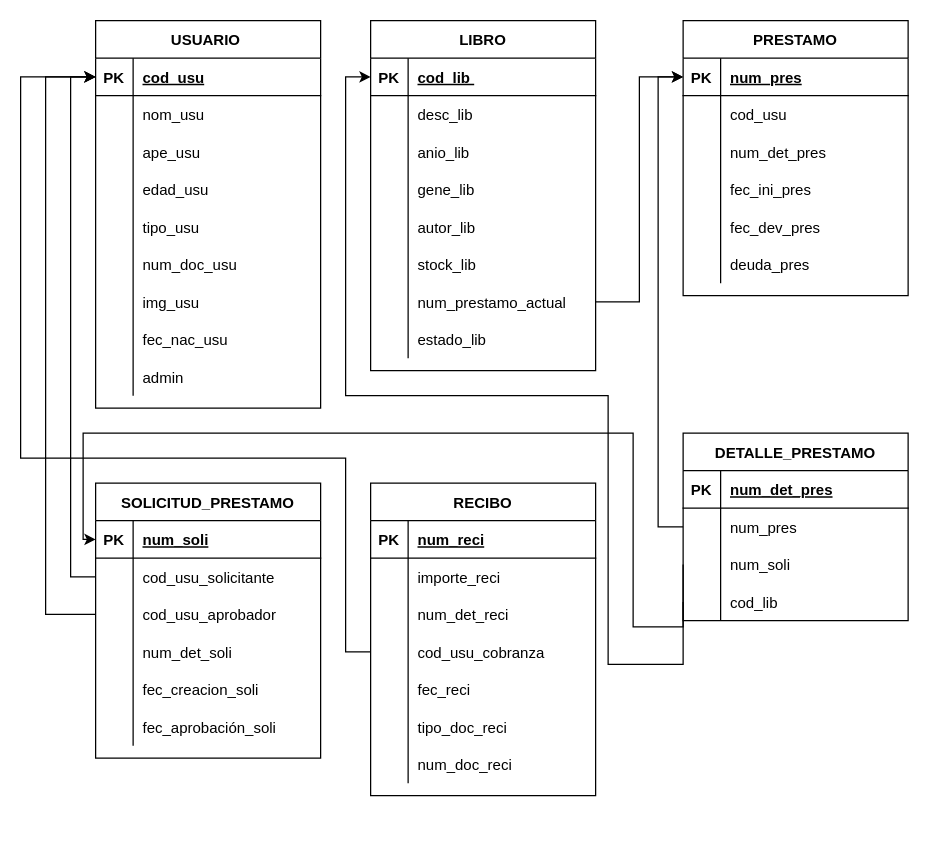
This is page "BDatos" (3 of 3) of LPII.drawio from BenZumaran/LPII, a draw.io file, before an edit. Source tidied: cells renumbered, new cells numbered last; positions are measured from the earlier drawing's top-left corner, leaving out a move shared by most shapes. Both pictures are drawn from the tidied source at 125%, with x=0, y=0 at pixel (20, 20).
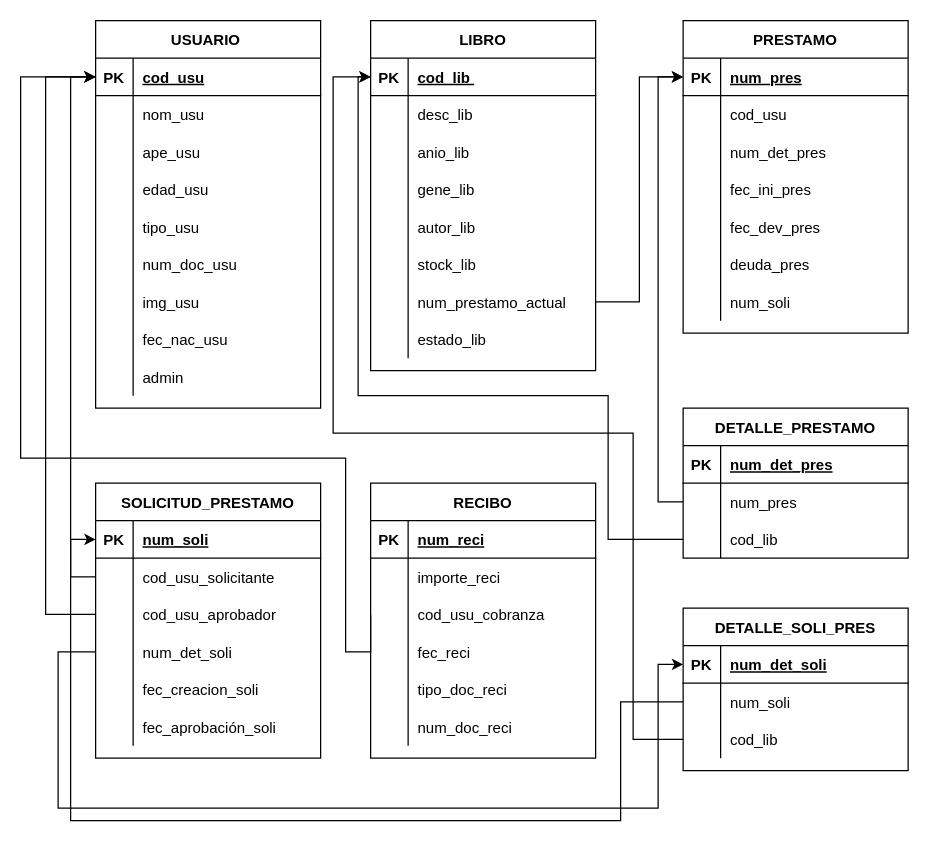
After the change.

Commit message (it also covers changes not shown here):
database diagram modified

The change refers to these unchanged cells:
```xml
<mxCell id="31" style="shape=tableRow;horizontal=0;startSize=0;swimlaneHead=0;swimlaneBody=0;fillColor=none;points=[[0,0.5],[1,0.5]];portConstraint=eastwest;top=0;left=0;right=0;bottom=1;" parent="30" vertex="1">
  <mxGeometry y="30" width="180" height="30" as="geometry" />
</mxCell>
<mxCell id="75" style="shape=tableRow;horizontal=0;startSize=0;swimlaneHead=0;swimlaneBody=0;fillColor=none;points=[[0,0.5],[1,0.5]];portConstraint=eastwest;top=0;left=0;right=0;bottom=1;" parent="74" vertex="1">
  <mxGeometry y="30" width="180" height="30" as="geometry" />
</mxCell>
<mxCell id="84" style="shape=tableRow;horizontal=0;startSize=0;swimlaneHead=0;swimlaneBody=0;fillColor=none;points=[[0,0.5],[1,0.5]];portConstraint=eastwest;top=0;left=0;right=0;bottom=0;" parent="74" vertex="1">
  <mxGeometry y="120" width="180" height="30" as="geometry" />
</mxCell>
```

Change to the diagram source:
```diff
@@
     <mxCell id="55" value="PRESTAMO" style="shape=table;startSize=30;childLayout=tableLayout;rowLines=0;fontStyle=1;align=center;" parent="1" vertex="1">
-      <mxGeometry x="530" width="180" height="220" as="geometry" />
+      <mxGeometry x="530" width="180" height="250" as="geometry" />
     </mxCell>
@@
+    <mxCell id="135" style="shape=tableRow;horizontal=0;startSize=0;swimlaneHead=0;swimlaneBody=0;fillColor=none;top=0;left=0;right=0;bottom=0;" parent="55" vertex="1">
+      <mxGeometry y="210" width="180" height="30" as="geometry" />
+    </mxCell>
+    <mxCell id="136" style="shape=partialRectangle;fillColor=none;top=0;left=0;bottom=0;right=0;overflow=hidden;" parent="135" vertex="1">
+      <mxGeometry width="30" height="30" as="geometry" />
+    </mxCell>
+    <mxCell id="137" value="num_soli" style="shape=partialRectangle;fillColor=none;top=0;left=0;bottom=0;right=0;align=left;spacingLeft=6;overflow=hidden;" parent="135" vertex="1">
+      <mxGeometry x="30" width="150" height="30" as="geometry" />
+    </mxCell>
@@
     <mxCell id="96" value="RECIBO" style="shape=table;startSize=30;childLayout=tableLayout;rowLines=0;fontStyle=1;align=center;" parent="1" vertex="1">
-      <mxGeometry x="280" y="370" width="180" height="250" as="geometry" />
+      <mxGeometry x="280" y="370" width="180" height="220" as="geometry" />
     </mxCell>
@@
-    <mxCell id="103" style="shape=tableRow;horizontal=0;startSize=0;swimlaneHead=0;swimlaneBody=0;fillColor=none;top=0;left=0;right=0;bottom=0;" parent="96" vertex="1">
-      <mxGeometry y="90" width="180" height="30" as="geometry" />
-    </mxCell>
-    <mxCell id="104" style="shape=partialRectangle;fillColor=none;top=0;left=0;bottom=0;right=0;overflow=hidden;" parent="103" vertex="1">
-      <mxGeometry width="30" height="30" as="geometry" />
-    </mxCell>
-    <mxCell id="105" value="num_det_reci" style="shape=partialRectangle;fillColor=none;top=0;left=0;bottom=0;right=0;align=left;spacingLeft=6;overflow=hidden;" parent="103" vertex="1">
-      <mxGeometry x="30" width="150" height="30" as="geometry" />
-    </mxCell>
     <mxCell id="106" style="shape=tableRow;horizontal=0;startSize=0;swimlaneHead=0;swimlaneBody=0;fillColor=none;points=[[0,0.5],[1,0.5]];portConstraint=eastwest;top=0;left=0;right=0;bottom=0;" parent="96" vertex="1">
-      <mxGeometry y="120" width="180" height="30" as="geometry" />
+      <mxGeometry y="90" width="180" height="30" as="geometry" />
     </mxCell>
@@
     <mxCell id="109" style="shape=tableRow;horizontal=0;startSize=0;swimlaneHead=0;swimlaneBody=0;fillColor=none;top=0;left=0;right=0;bottom=0;" parent="96" vertex="1">
-      <mxGeometry y="150" width="180" height="30" as="geometry" />
+      <mxGeometry y="120" width="180" height="30" as="geometry" />
     </mxCell>
@@
     <mxCell id="112" style="shape=tableRow;horizontal=0;startSize=0;swimlaneHead=0;swimlaneBody=0;fillColor=none;top=0;left=0;right=0;bottom=0;" parent="96" vertex="1">
-      <mxGeometry y="180" width="180" height="30" as="geometry" />
+      <mxGeometry y="150" width="180" height="30" as="geometry" />
     </mxCell>
@@
     <mxCell id="115" style="shape=tableRow;horizontal=0;startSize=0;swimlaneHead=0;swimlaneBody=0;fillColor=none;top=0;left=0;right=0;bottom=0;" parent="96" vertex="1">
-      <mxGeometry y="210" width="180" height="30" as="geometry" />
+      <mxGeometry y="180" width="180" height="30" as="geometry" />
     </mxCell>
@@
     <mxCell id="119" value="DETALLE_PRESTAMO" style="shape=table;startSize=30;childLayout=tableLayout;rowLines=0;fontStyle=1;align=center;" parent="1" vertex="1">
-      <mxGeometry x="530" y="330" width="180" height="150" as="geometry" />
+      <mxGeometry x="530" y="310" width="180" height="120" as="geometry" />
     </mxCell>
@@
-    <mxCell id="126" style="shape=tableRow;horizontal=0;startSize=0;swimlaneHead=0;swimlaneBody=0;fillColor=none;points=[[0,0.5],[1,0.5]];portConstraint=eastwest;top=0;left=0;right=0;bottom=0;" parent="119" vertex="1">
-      <mxGeometry y="90" width="180" height="30" as="geometry" />
-    </mxCell>
-    <mxCell id="127" style="shape=partialRectangle;fillColor=none;top=0;left=0;bottom=0;right=0;overflow=hidden;" parent="126" vertex="1">
-      <mxGeometry width="30" height="30" as="geometry" />
-    </mxCell>
-    <mxCell id="128" value="num_soli" style="shape=partialRectangle;fillColor=none;top=0;left=0;bottom=0;right=0;align=left;spacingLeft=6;overflow=hidden;" parent="126" vertex="1">
-      <mxGeometry x="30" width="150" height="30" as="geometry" />
-    </mxCell>
     <mxCell id="129" style="shape=tableRow;horizontal=0;startSize=0;swimlaneHead=0;swimlaneBody=0;fillColor=none;points=[[0,0.5],[1,0.5]];portConstraint=eastwest;top=0;left=0;right=0;bottom=0;" parent="119" vertex="1">
-      <mxGeometry y="120" width="180" height="30" as="geometry" />
+      <mxGeometry y="90" width="180" height="30" as="geometry" />
     </mxCell>
@@
-    <mxCell id="133" style="edgeStyle=orthogonalEdgeStyle;rounded=0;jettySize=auto;html=1;exitX=0;exitY=0.5;exitDx=0;exitDy=0;entryX=0;entryY=0.5;entryDx=0;entryDy=0;" parent="1" edge="1" source="126" target="75">
+    <mxCell id="133" style="edgeStyle=orthogonalEdgeStyle;rounded=0;jettySize=auto;html=1;exitX=0;exitY=0.5;exitDx=0;exitDy=0;entryX=0;entryY=0.5;entryDx=0;entryDy=0;" parent="1" edge="1" target="75">
       <mxGeometry relative="1" as="geometry">
         <Array as="points">
           <mxPoint x="490" y="485" />
           <mxPoint x="490" y="330" />
           <mxPoint x="50" y="330" />
           <mxPoint x="50" y="415" />
         </Array>
       </mxGeometry>
     </mxCell>
+    <mxCell id="138" value="DETALLE_SOLI_PRES" style="shape=table;startSize=30;childLayout=tableLayout;rowLines=0;fontStyle=1;align=center;" parent="1" vertex="1">
+      <mxGeometry x="530" y="470" width="180" height="130" as="geometry" />
+    </mxCell>
+    <mxCell id="139" style="shape=tableRow;horizontal=0;startSize=0;swimlaneHead=0;swimlaneBody=0;fillColor=none;points=[[0,0.5],[1,0.5]];portConstraint=eastwest;top=0;left=0;right=0;bottom=1;" parent="138" vertex="1">
+      <mxGeometry y="30" width="180" height="30" as="geometry" />
+    </mxCell>
+    <mxCell id="140" value="PK" style="shape=partialRectangle;fillColor=none;top=0;left=0;bottom=0;right=0;fontStyle=1;overflow=hidden;" parent="139" vertex="1">
+      <mxGeometry width="30" height="30" as="geometry" />
+    </mxCell>
+    <mxCell id="141" value="num_det_soli" style="shape=partialRectangle;fillColor=none;top=0;left=0;bottom=0;right=0;align=left;spacingLeft=6;fontStyle=5;overflow=hidden;" parent="139" vertex="1">
+      <mxGeometry x="30" width="150" height="30" as="geometry" />
+    </mxCell>
+    <mxCell id="142" style="shape=tableRow;horizontal=0;startSize=0;swimlaneHead=0;swimlaneBody=0;fillColor=none;points=[[0,0.5],[1,0.5]];portConstraint=eastwest;top=0;left=0;right=0;bottom=0;" parent="138" vertex="1">
+      <mxGeometry y="60" width="180" height="30" as="geometry" />
+    </mxCell>
+    <mxCell id="143" style="shape=partialRectangle;fillColor=none;top=0;left=0;bottom=0;right=0;overflow=hidden;" parent="142" vertex="1">
+      <mxGeometry width="30" height="30" as="geometry" />
+    </mxCell>
+    <mxCell id="144" value="num_soli" style="shape=partialRectangle;fillColor=none;top=0;left=0;bottom=0;right=0;align=left;spacingLeft=6;overflow=hidden;" parent="142" vertex="1">
+      <mxGeometry x="30" width="150" height="30" as="geometry" />
+    </mxCell>
+    <mxCell id="145" style="shape=tableRow;horizontal=0;startSize=0;swimlaneHead=0;swimlaneBody=0;fillColor=none;points=[[0,0.5],[1,0.5]];portConstraint=eastwest;top=0;left=0;right=0;bottom=0;" parent="138" vertex="1">
+      <mxGeometry y="90" width="180" height="30" as="geometry" />
+    </mxCell>
+    <mxCell id="146" style="shape=partialRectangle;fillColor=none;top=0;left=0;bottom=0;right=0;overflow=hidden;" parent="145" vertex="1">
+      <mxGeometry width="30" height="30" as="geometry" />
+    </mxCell>
+    <mxCell id="147" value="cod_lib" style="shape=partialRectangle;fillColor=none;top=0;left=0;bottom=0;right=0;align=left;spacingLeft=6;overflow=hidden;" parent="145" vertex="1">
+      <mxGeometry x="30" width="150" height="30" as="geometry" />
+    </mxCell>
+    <mxCell id="148" style="edgeStyle=orthogonalEdgeStyle;rounded=0;jettySize=auto;html=1;exitX=0;exitY=0.5;exitDx=0;exitDy=0;entryX=0;entryY=0.5;entryDx=0;entryDy=0;" parent="1" edge="1" source="142" target="75">
+      <mxGeometry relative="1" as="geometry">
+        <Array as="points">
+          <mxPoint x="480" y="545" />
+          <mxPoint x="480" y="640" />
+          <mxPoint x="40" y="640" />
+          <mxPoint x="40" y="415" />
+        </Array>
+      </mxGeometry>
+    </mxCell>
+    <mxCell id="149" style="edgeStyle=orthogonalEdgeStyle;rounded=0;jettySize=auto;html=1;exitX=0;exitY=0.5;exitDx=0;exitDy=0;entryX=0;entryY=0.5;entryDx=0;entryDy=0;" parent="1" edge="1" source="145" target="31">
+      <mxGeometry relative="1" as="geometry">
+        <Array as="points">
+          <mxPoint x="490" y="575" />
+          <mxPoint x="490" y="330" />
+          <mxPoint x="250" y="330" />
+          <mxPoint x="250" y="45" />
+        </Array>
+      </mxGeometry>
+    </mxCell>
+    <mxCell id="150" style="edgeStyle=orthogonalEdgeStyle;rounded=0;jettySize=auto;html=1;exitX=0;exitY=0.5;exitDx=0;exitDy=0;entryX=0;entryY=0.5;entryDx=0;entryDy=0;" parent="1" edge="1" source="84" target="139">
+      <mxGeometry relative="1" as="geometry">
+        <Array as="points">
+          <mxPoint x="30" y="505" />
+          <mxPoint x="30" y="630" />
+          <mxPoint x="510" y="630" />
+          <mxPoint x="510" y="515" />
+        </Array>
+      </mxGeometry>
+    </mxCell>
     <mxCell id="134" style="edgeStyle=orthogonalEdgeStyle;rounded=0;jettySize=auto;html=1;exitX=0;exitY=0.5;exitDx=0;exitDy=0;entryX=0;entryY=0.5;entryDx=0;entryDy=0;" parent="1" edge="1" source="129" target="31">
       <mxGeometry relative="1" as="geometry">
         <Array as="points">
-          <mxPoint x="470" y="515" />
+          <mxPoint x="470" y="415" />
           <mxPoint x="470" y="300" />
-          <mxPoint x="260" y="300" />
-          <mxPoint x="260" y="45" />
+          <mxPoint x="270" y="300" />
+          <mxPoint x="270" y="45" />
         </Array>
       </mxGeometry>
     </mxCell>
```
